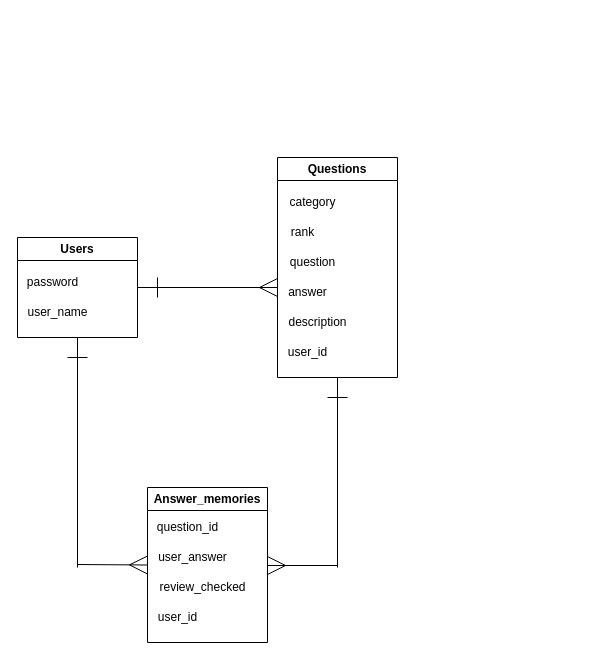
This is ER.dio from koki037/kihonjoho_apps, a draw.io file, before an edit. Source tidied: cells renumbered, new cells numbered last; positions are measured from the earlier drawing's top-left corner, leaving out a move shared by most shapes. Both pictures are drawn from the tidied source at 100%, with x=0, y=0 at pixel (17, 157).
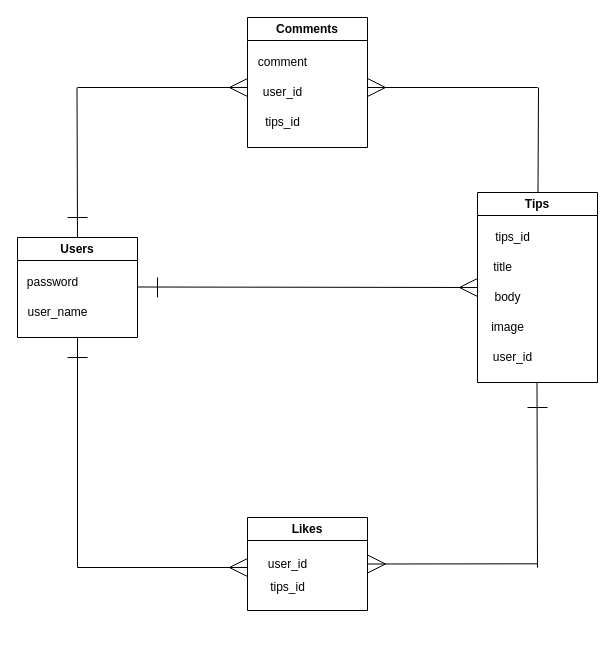
After the change.

What changed in the source:
```diff
@@
-    <mxCell id="2" style="edgeStyle=none;html=1;exitX=0.5;exitY=1;exitDx=0;exitDy=0;endArrow=none;endFill=0;" parent="1" edge="1" source="3">
-      <mxGeometry relative="1" as="geometry">
-        <mxPoint x="320" y="410" as="targetPoint" />
-      </mxGeometry>
-    </mxCell>
-    <mxCell id="3" value="Questions" style="swimlane;whiteSpace=wrap;html=1;" parent="1" vertex="1">
-      <mxGeometry x="260" width="120" height="220" as="geometry" />
+    <mxCell id="3" value="Comments" style="swimlane;whiteSpace=wrap;html=1;" parent="1" vertex="1">
+      <mxGeometry x="230" y="-140" width="120" height="130" as="geometry" />
     </mxCell>
-    <mxCell id="4" value="category" style="text;html=1;align=center;verticalAlign=middle;strokeColor=none;fillColor=none;" parent="3" vertex="1">
+    <mxCell id="4" value="comment" style="text;html=1;align=center;verticalAlign=middle;strokeColor=none;fillColor=none;" parent="3" vertex="1">
       <mxGeometry y="30" width="70" height="30" as="geometry" />
     </mxCell>
-    <mxCell id="5" value="rank" style="text;html=1;align=center;verticalAlign=middle;strokeColor=none;fillColor=none;" parent="3" vertex="1">
-      <mxGeometry y="60" width="50" height="30" as="geometry" />
-    </mxCell>
-    <mxCell id="6" value="question" style="text;html=1;align=center;verticalAlign=middle;strokeColor=none;fillColor=none;" parent="3" vertex="1">
-      <mxGeometry y="90" width="70" height="30" as="geometry" />
+    <mxCell id="6" value="tips_id" style="text;html=1;align=center;verticalAlign=middle;strokeColor=none;fillColor=none;" parent="3" vertex="1">
+      <mxGeometry x="5" y="90" width="60" height="30" as="geometry" />
     </mxCell>
-    <mxCell id="7" value="answer" style="text;html=1;align=center;verticalAlign=middle;strokeColor=none;fillColor=none;" parent="3" vertex="1">
-      <mxGeometry y="120" width="60" height="30" as="geometry" />
-    </mxCell>
-    <mxCell id="8" value="description" style="text;html=1;align=center;verticalAlign=middle;strokeColor=none;fillColor=none;" parent="3" vertex="1">
-      <mxGeometry y="150" width="80" height="30" as="geometry" />
-    </mxCell>
     <mxCell id="9" value="user_id" style="text;html=1;align=center;verticalAlign=middle;strokeColor=none;fillColor=none;" parent="3" vertex="1">
-      <mxGeometry y="180" width="60" height="30" as="geometry" />
+      <mxGeometry x="5" y="60" width="60" height="30" as="geometry" />
     </mxCell>
@@
     <mxCell id="14" style="endArrow=ERmany;html=1;endFill=0;endSize=16;" parent="1" edge="1">
       <mxGeometry relative="1" as="geometry">
-        <mxPoint x="120" y="130" as="sourcePoint" />
-        <mxPoint x="260" y="130" as="targetPoint" />
+        <mxPoint x="60" y="-70" as="sourcePoint" />
+        <mxPoint x="230" y="-70" as="targetPoint" />
       </mxGeometry>
     </mxCell>
@@
-    <mxCell id="16" style="edgeStyle=none;html=1;endArrow=none;endFill=0;startArrow=ERmany;startFill=0;startSize=16;" parent="1" edge="1">
+    <mxCell id="16" style="edgeStyle=none;html=1;endArrow=none;endFill=0;startArrow=ERmany;startFill=0;startSize=16;exitX=1;exitY=0.5;exitDx=0;exitDy=0;" parent="1" edge="1" source="17">
       <mxGeometry relative="1" as="geometry">
-        <mxPoint x="250" y="408" as="sourcePoint" />
-        <mxPoint x="320" y="408" as="targetPoint" />
+        <mxPoint x="520" y="406.3" as="targetPoint" />
       </mxGeometry>
     </mxCell>
-    <mxCell id="17" value="Answer_memories" style="swimlane;whiteSpace=wrap;html=1;" parent="1" vertex="1">
-      <mxGeometry x="130" y="330" width="120" height="155" as="geometry" />
+    <mxCell id="17" value="Likes" style="swimlane;whiteSpace=wrap;html=1;" parent="1" vertex="1">
+      <mxGeometry x="230" y="360" width="120" height="93" as="geometry" />
     </mxCell>
-    <mxCell id="18" value="question_id" style="text;html=1;align=center;verticalAlign=middle;strokeColor=none;fillColor=none;" parent="17" vertex="1">
-      <mxGeometry y="25" width="80" height="30" as="geometry" />
+    <mxCell id="18" value="user_id" style="text;html=1;align=center;verticalAlign=middle;strokeColor=none;fillColor=none;" parent="17" vertex="1">
+      <mxGeometry x="10" y="31.5" width="60" height="30" as="geometry" />
     </mxCell>
-    <mxCell id="19" value="user_answer" style="text;html=1;align=center;verticalAlign=middle;strokeColor=none;fillColor=none;" parent="17" vertex="1">
-      <mxGeometry y="55" width="90" height="30" as="geometry" />
+    <mxCell id="19" value="tips_id" style="text;html=1;align=center;verticalAlign=middle;strokeColor=none;fillColor=none;" parent="17" vertex="1">
+      <mxGeometry x="10" y="55" width="60" height="30" as="geometry" />
     </mxCell>
-    <mxCell id="20" value="review_checked" style="text;html=1;align=center;verticalAlign=middle;strokeColor=none;fillColor=none;" parent="17" vertex="1">
-      <mxGeometry y="85" width="110" height="30" as="geometry" />
-    </mxCell>
-    <mxCell id="21" value="user_id" style="text;html=1;align=center;verticalAlign=middle;strokeColor=none;fillColor=none;" parent="17" vertex="1">
-      <mxGeometry y="115" width="60" height="30" as="geometry" />
-    </mxCell>
     <mxCell id="22" style="edgeStyle=none;html=1;exitX=1;exitY=0.5;exitDx=0;exitDy=0;endArrow=ERmany;endFill=0;endSize=16;" parent="1" edge="1">
       <mxGeometry relative="1" as="geometry">
-        <mxPoint x="60" y="407" as="sourcePoint" />
-        <mxPoint x="130" y="407.5" as="targetPoint" />
+        <mxPoint x="60" y="410" as="sourcePoint" />
+        <mxPoint x="230" y="410" as="targetPoint" />
       </mxGeometry>
     </mxCell>
@@
     <mxCell id="24" style="endArrow=none;html=1;endSize=16;" parent="1" edge="1">
       <mxGeometry relative="1" as="geometry">
-        <mxPoint x="310" y="240" as="sourcePoint" />
-        <mxPoint x="330" y="240" as="targetPoint" />
+        <mxPoint x="510" y="250" as="sourcePoint" />
+        <mxPoint x="530" y="250" as="targetPoint" />
       </mxGeometry>
     </mxCell>
+    <mxCell id="25" value="Tips" style="swimlane;whiteSpace=wrap;html=1;" parent="1" vertex="1">
+      <mxGeometry x="460" y="35" width="120" height="190" as="geometry" />
+    </mxCell>
+    <mxCell id="26" value="tips_id" style="text;html=1;align=center;verticalAlign=middle;strokeColor=none;fillColor=none;" parent="25" vertex="1">
+      <mxGeometry x="5" y="30" width="60" height="30" as="geometry" />
+    </mxCell>
+    <mxCell id="27" value="title" style="text;html=1;align=center;verticalAlign=middle;strokeColor=none;fillColor=none;" parent="25" vertex="1">
+      <mxGeometry x="5" y="60" width="40" height="30" as="geometry" />
+    </mxCell>
+    <mxCell id="28" value="body" style="text;html=1;align=center;verticalAlign=middle;strokeColor=none;fillColor=none;" parent="25" vertex="1">
+      <mxGeometry x="5" y="90" width="50" height="30" as="geometry" />
+    </mxCell>
+    <mxCell id="29" value="image" style="text;html=1;align=center;verticalAlign=middle;strokeColor=none;fillColor=none;" parent="25" vertex="1">
+      <mxGeometry y="120" width="60" height="30" as="geometry" />
+    </mxCell>
+    <mxCell id="21" value="user_id" style="text;html=1;align=center;verticalAlign=middle;strokeColor=none;fillColor=none;" parent="25" vertex="1">
+      <mxGeometry x="5" y="150" width="60" height="30" as="geometry" />
+    </mxCell>
+    <mxCell id="30" style="endArrow=ERmany;html=1;endFill=0;endSize=16;entryX=0;entryY=0.5;entryDx=0;entryDy=0;" parent="1" edge="1" target="25">
+      <mxGeometry relative="1" as="geometry">
+        <mxPoint x="120" y="129.5" as="sourcePoint" />
+      </mxGeometry>
+    </mxCell>
+    <mxCell id="31" style="edgeStyle=none;html=1;exitX=0.5;exitY=1;exitDx=0;exitDy=0;endArrow=none;endFill=0;" parent="1" edge="1">
+      <mxGeometry relative="1" as="geometry">
+        <mxPoint x="59.5" y="-70" as="sourcePoint" />
+        <mxPoint x="60" y="80" as="targetPoint" />
+      </mxGeometry>
+    </mxCell>
+    <mxCell id="32" style="endArrow=none;html=1;endSize=16;" parent="1" edge="1">
+      <mxGeometry relative="1" as="geometry">
+        <mxPoint x="50" y="60" as="sourcePoint" />
+        <mxPoint x="70" y="60" as="targetPoint" />
+      </mxGeometry>
+    </mxCell>
+    <mxCell id="33" style="edgeStyle=none;html=1;exitX=0.5;exitY=1;exitDx=0;exitDy=0;endArrow=none;endFill=0;" parent="1" edge="1">
+      <mxGeometry relative="1" as="geometry">
+        <mxPoint x="519.5" y="225" as="sourcePoint" />
+        <mxPoint x="520" y="410" as="targetPoint" />
+      </mxGeometry>
+    </mxCell>
+    <mxCell id="34" style="edgeStyle=none;html=1;endArrow=none;endFill=0;" parent="1" edge="1">
+      <mxGeometry relative="1" as="geometry">
+        <mxPoint x="521" y="-70" as="sourcePoint" />
+        <mxPoint x="520.5" y="35" as="targetPoint" />
+      </mxGeometry>
+    </mxCell>
+    <mxCell id="35" style="edgeStyle=none;html=1;endArrow=none;endFill=0;startArrow=ERmany;startFill=0;startSize=16;" parent="1" edge="1">
+      <mxGeometry relative="1" as="geometry">
+        <mxPoint x="350" y="-70" as="sourcePoint" />
+        <mxPoint x="520" y="-70" as="targetPoint" />
+      </mxGeometry>
+    </mxCell>
```
